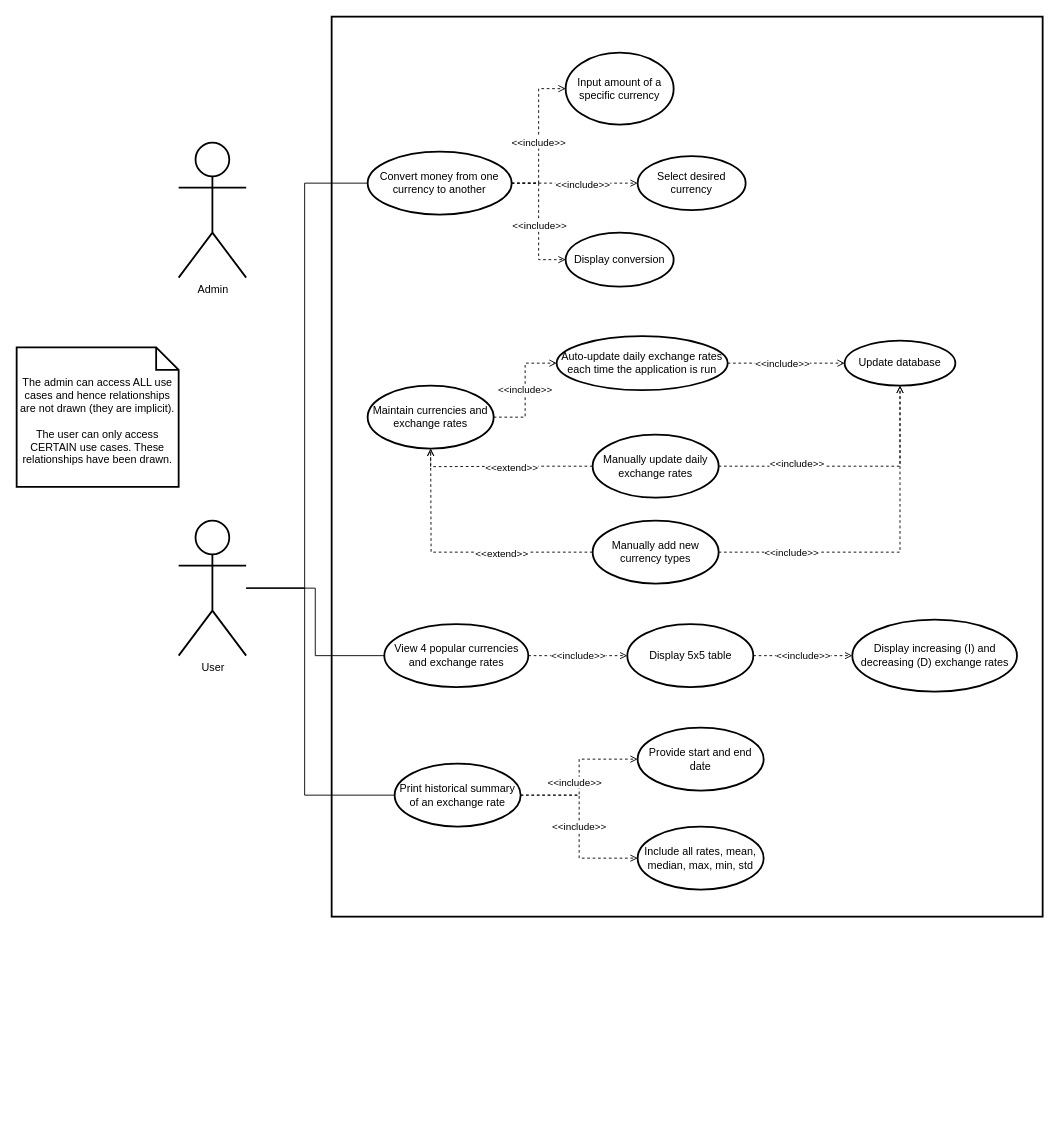
Earlier version of the draw.io diagram notes/Use Case Diagram.drawio (antrikshdhand/currency-converter). Source tidied: cells renumbered, new cells numbered last; positions are measured from the earlier drawing's top-left corner, leaving out a move shared by most shapes. Both pictures are drawn from the tidied source at 90%, with x=0, y=0 at pixel (16, 16).
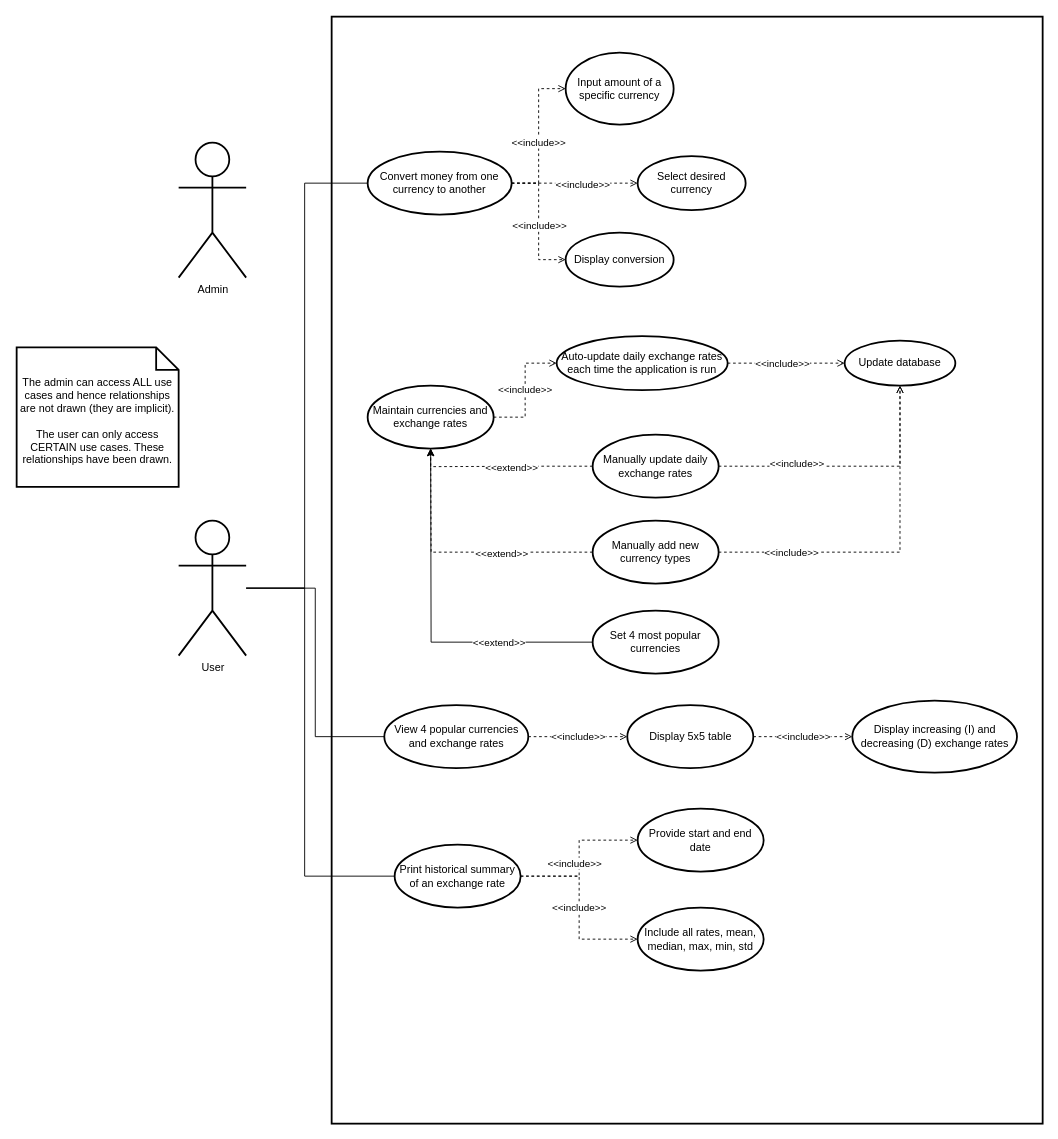
After the change.

Commit message (it also covers changes not shown here):
Update use case diagram

Unchanged cells that the change refers to:
```xml
<mxCell id="7" value="User" style="shape=umlActor;verticalLabelPosition=bottom;verticalAlign=top;html=1;strokeWidth=2;fillColor=none;" parent="1" vertex="1">
  <mxGeometry x="180" y="560" width="75" height="150" as="geometry" />
</mxCell>
```

What changed in the source:
```diff
@@
     <mxCell id="2" style="rounded=0;whiteSpace=wrap;html=1;fillColor=none;strokeWidth=2;" parent="1" vertex="1">
-      <mxGeometry x="350" width="790" height="1000" as="geometry" />
+      <mxGeometry x="350" width="790" height="1230" as="geometry" />
     </mxCell>
@@
     <mxCell id="6" style="edgeStyle=orthogonalEdgeStyle;rounded=0;jettySize=auto;html=1;entryX=0;entryY=0.5;entryDx=0;entryDy=0;endArrow=none;endFill=0;" parent="1" edge="1" source="7" target="42">
       <mxGeometry relative="1" as="geometry">
         <Array as="points">
           <mxPoint x="320" y="635" />
-          <mxPoint x="320" y="865" />
+          <mxPoint x="320" y="955" />
         </Array>
       </mxGeometry>
     </mxCell>
@@
     <mxCell id="25" value="View 4 popular currencies and exchange rates" style="ellipse;whiteSpace=wrap;html=1;strokeWidth=2;fillColor=none;" parent="1" vertex="1">
-      <mxGeometry x="408.5" y="675" width="160" height="70" as="geometry" />
+      <mxGeometry x="408.5" y="765" width="160" height="70" as="geometry" />
     </mxCell>
     <mxCell id="26" value="Display increasing (I) and decreasing (D) exchange rates" style="ellipse;whiteSpace=wrap;html=1;strokeWidth=2;fillColor=none;" parent="1" vertex="1">
-      <mxGeometry x="928.5" y="670" width="183" height="80" as="geometry" />
+      <mxGeometry x="928.5" y="760" width="183" height="80" as="geometry" />
     </mxCell>
@@
     <mxCell id="33" value="Display 5x5 table" style="ellipse;whiteSpace=wrap;html=1;strokeWidth=2;fillColor=none;" parent="1" vertex="1">
-      <mxGeometry x="678.5" y="675" width="140" height="70" as="geometry" />
+      <mxGeometry x="678.5" y="765" width="140" height="70" as="geometry" />
     </mxCell>
@@
     <mxCell id="42" value="Print historical summary of an exchange rate" style="ellipse;whiteSpace=wrap;html=1;strokeWidth=2;fillColor=none;" parent="1" vertex="1">
-      <mxGeometry x="420" y="830" width="140" height="70" as="geometry" />
+      <mxGeometry x="420" y="920" width="140" height="70" as="geometry" />
     </mxCell>
     <mxCell id="43" value="Provide start and end date" style="ellipse;whiteSpace=wrap;html=1;strokeWidth=2;fillColor=none;" parent="1" vertex="1">
-      <mxGeometry x="690" y="790" width="140" height="70" as="geometry" />
+      <mxGeometry x="690" y="880" width="140" height="70" as="geometry" />
     </mxCell>
     <mxCell id="44" value="Include all rates, mean, median, max, min, std" style="ellipse;whiteSpace=wrap;html=1;strokeWidth=2;fillColor=none;" parent="1" vertex="1">
-      <mxGeometry x="690" y="900" width="140" height="70" as="geometry" />
+      <mxGeometry x="690" y="990" width="140" height="70" as="geometry" />
     </mxCell>
@@
+    <mxCell id="46" style="edgeStyle=orthogonalEdgeStyle;rounded=0;jettySize=auto;html=1;" parent="1" edge="1" source="48">
+      <mxGeometry relative="1" as="geometry">
+        <mxPoint x="460" y="480" as="targetPoint" />
+      </mxGeometry>
+    </mxCell>
+    <mxCell id="47" value="&amp;lt;&amp;lt;extend&amp;gt;&amp;gt;" style="edgeLabel;html=1;align=center;verticalAlign=middle;" parent="46" vertex="1">
+      <mxGeometry x="-0.47" y="-4" relative="1" as="geometry">
+        <mxPoint y="4" as="offset" />
+      </mxGeometry>
+    </mxCell>
+    <mxCell id="48" value="Set 4 most popular currencies" style="ellipse;whiteSpace=wrap;html=1;rounded=1;strokeWidth=2;" parent="1" vertex="1">
+      <mxGeometry x="640" y="660" width="140" height="70" as="geometry" />
+    </mxCell>
```
